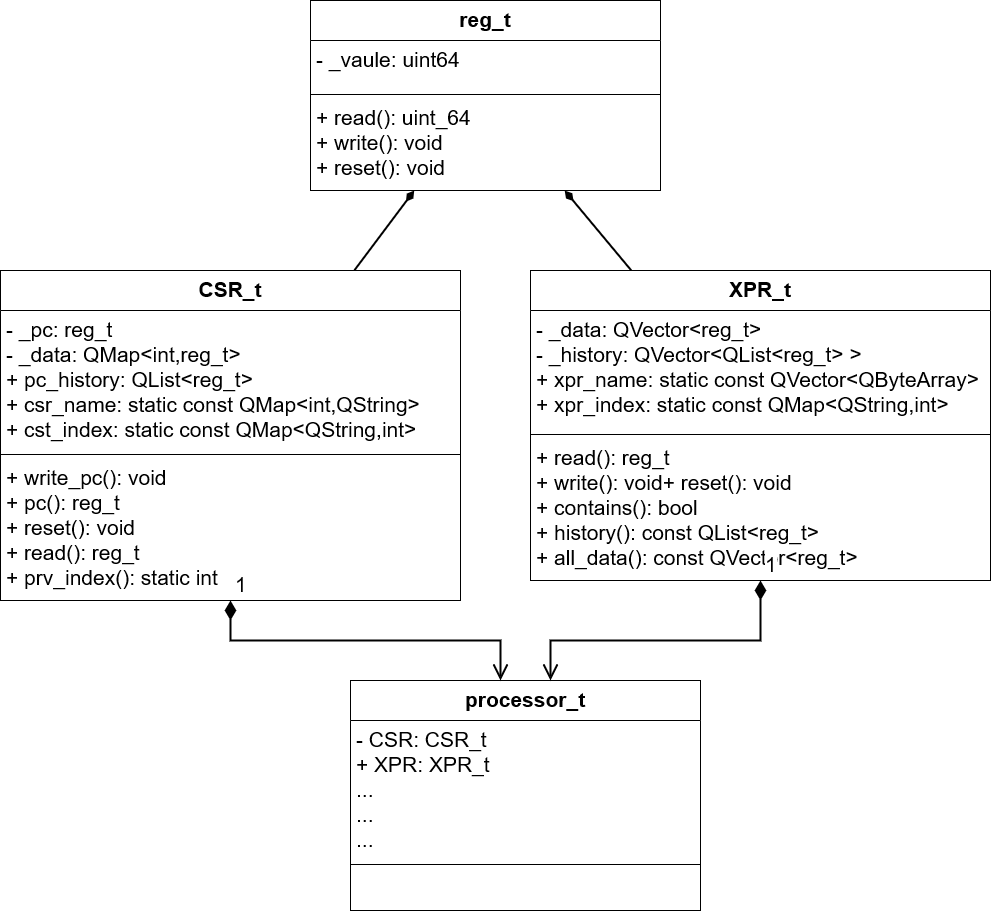
Earlier version of the draw.io export latex/paper/figures/csr_class.png (toughpig/paper). Source tidied: cells renumbered, new cells last; positions are measured from the earlier drawing's top-left corner, leaving out a move shared by most shapes. The source it was exported from:
```xml
<mxGraphModel>
  <root>
    <mxCell id="0" />
    <mxCell id="1" parent="0" />
    <mxCell id="2" value="CSR_t" style="swimlane;fontStyle=1;align=center;verticalAlign=top;horizontal=1;startSize=40;fontSize=21;" parent="1" vertex="1">
      <mxGeometry y="270" width="460" height="330" as="geometry" />
    </mxCell>
    <mxCell id="3" value="- _pc: reg_t&#10;- _data: QMap&lt;int,reg_t&gt;&#10;+ pc_history: QList&lt;reg_t&gt; &#10;+ csr_name: static const QMap&lt;int,QString&gt;&#10;+ cst_index: static const QMap&lt;QString,int&gt;" style="text;strokeColor=none;fillColor=none;align=left;verticalAlign=top;spacingLeft=4;spacingRight=4;overflow=hidden;fontSize=21;" parent="2" vertex="1">
      <mxGeometry y="40" width="460" height="140" as="geometry" />
    </mxCell>
    <mxCell id="4" style="line;strokeWidth=1;fillColor=none;align=left;verticalAlign=middle;spacingTop=-1;spacingLeft=3;spacingRight=3;labelPosition=right;fontSize=21;" parent="2" vertex="1">
      <mxGeometry y="180" width="460" height="8" as="geometry" />
    </mxCell>
    <mxCell id="5" value="+ write_pc(): void&#10;+ pc(): reg_t&#10;+ reset(): void&#10;+ read(): reg_t&#10;+ prv_index(): static int" style="text;strokeColor=none;fillColor=none;align=left;verticalAlign=top;spacingLeft=4;spacingRight=4;overflow=hidden;fontSize=21;" parent="2" vertex="1">
      <mxGeometry y="188" width="460" height="142" as="geometry" />
    </mxCell>
    <mxCell id="6" value="XPR_t" style="swimlane;fontStyle=1;align=center;verticalAlign=top;horizontal=1;startSize=40;fontSize=21;" parent="1" vertex="1">
      <mxGeometry x="530" y="270" width="460" height="310" as="geometry" />
    </mxCell>
    <mxCell id="7" value="- _data: QVector&lt;reg_t&gt;&#10;- _history: QVector&lt;QList&lt;reg_t&gt; &gt; &#10;+ xpr_name: static const QVector&lt;QByteArray&gt;&#10;+ xpr_index: static const QMap&lt;QString,int&gt;" style="text;strokeColor=none;fillColor=none;align=left;verticalAlign=top;spacingLeft=4;spacingRight=4;overflow=hidden;fontSize=21;" parent="6" vertex="1">
      <mxGeometry y="40" width="460" height="120" as="geometry" />
    </mxCell>
    <mxCell id="8" style="line;strokeWidth=1;fillColor=none;align=left;verticalAlign=middle;spacingTop=-1;spacingLeft=3;spacingRight=3;labelPosition=right;fontSize=21;" parent="6" vertex="1">
      <mxGeometry y="160" width="460" height="8" as="geometry" />
    </mxCell>
    <mxCell id="9" value="+ read(): reg_t&#10;+ write(): void+ reset(): void&#10;+ contains(): bool&#10;+ history(): const QList&lt;reg_t&gt;&#10;+ all_data(): const QVector&lt;reg_t&gt;&#10;" style="text;strokeColor=none;fillColor=none;align=left;verticalAlign=top;spacingLeft=4;spacingRight=4;overflow=hidden;fontSize=21;" parent="6" vertex="1">
      <mxGeometry y="168" width="460" height="142" as="geometry" />
    </mxCell>
    <mxCell id="10" value="reg_t" style="swimlane;fontStyle=1;align=center;verticalAlign=top;horizontal=1;startSize=40;fontSize=21;" parent="1" vertex="1">
      <mxGeometry x="310" width="350" height="190" as="geometry" />
    </mxCell>
    <mxCell id="11" value="- _vaule: uint64" style="text;strokeColor=none;fillColor=none;align=left;verticalAlign=top;spacingLeft=4;spacingRight=4;overflow=hidden;fontSize=21;" parent="10" vertex="1">
      <mxGeometry y="40" width="350" height="50" as="geometry" />
    </mxCell>
    <mxCell id="12" style="line;strokeWidth=1;fillColor=none;align=left;verticalAlign=middle;spacingTop=-1;spacingLeft=3;spacingRight=3;labelPosition=right;fontSize=21;" parent="10" vertex="1">
      <mxGeometry y="90" width="350" height="8" as="geometry" />
    </mxCell>
    <mxCell id="13" value="+ read(): uint_64&#10;+ write(): void&#10;+ reset(): void&#10;" style="text;strokeColor=none;fillColor=none;align=left;verticalAlign=top;spacingLeft=4;spacingRight=4;overflow=hidden;fontSize=21;" parent="10" vertex="1">
      <mxGeometry y="98" width="350" height="92" as="geometry" />
    </mxCell>
    <mxCell id="14" value="processor_t" style="swimlane;fontStyle=1;align=center;verticalAlign=top;horizontal=1;startSize=40;fontSize=21;" parent="1" vertex="1">
      <mxGeometry x="350" y="680" width="350" height="230" as="geometry" />
    </mxCell>
    <mxCell id="15" value="- CSR: CSR_t&#10;+ XPR: XPR_t&#10;...&#10;...&#10;...&#10;" style="text;strokeColor=none;fillColor=none;align=left;verticalAlign=top;spacingLeft=4;spacingRight=4;overflow=hidden;fontSize=21;" parent="14" vertex="1">
      <mxGeometry y="40" width="350" height="140" as="geometry" />
    </mxCell>
    <mxCell id="16" style="line;strokeWidth=1;fillColor=none;align=left;verticalAlign=middle;spacingTop=-1;spacingLeft=3;spacingRight=3;labelPosition=right;fontSize=21;" parent="14" vertex="1">
      <mxGeometry y="180" width="350" height="8" as="geometry" />
    </mxCell>
    <mxCell id="17" value="&#10;&#10;" style="text;strokeColor=none;fillColor=none;align=left;verticalAlign=top;spacingLeft=4;spacingRight=4;overflow=hidden;fontSize=21;" parent="14" vertex="1">
      <mxGeometry y="188" width="350" height="42" as="geometry" />
    </mxCell>
    <mxCell id="18" style="endArrow=none;startArrow=diamondThin;endFill=0;startFill=1;html=1;verticalAlign=bottom;labelBackgroundColor=none;strokeWidth=2;startSize=8;endSize=8;rounded=0;fontSize=21;" parent="1" edge="1" source="10" target="2">
      <mxGeometry relative="1" as="geometry" />
    </mxCell>
    <mxCell id="19" style="endArrow=none;startArrow=diamondThin;endFill=0;startFill=1;html=1;verticalAlign=bottom;labelBackgroundColor=none;strokeWidth=2;startSize=8;endSize=8;rounded=0;fontSize=21;" parent="1" edge="1" source="10" target="6">
      <mxGeometry relative="1" as="geometry" />
    </mxCell>
    <mxCell id="20" value="1" style="endArrow=open;html=1;endSize=12;startArrow=diamondThin;startSize=14;startFill=1;edgeStyle=orthogonalEdgeStyle;align=left;verticalAlign=bottom;rounded=0;fontSize=21;strokeWidth=2;" parent="1" edge="1" source="2" target="14">
      <mxGeometry x="-1" y="3" relative="1" as="geometry">
        <Array as="points">
          <mxPoint x="230" y="640" />
          <mxPoint x="500" y="640" />
        </Array>
      </mxGeometry>
    </mxCell>
    <mxCell id="21" value="1" style="endArrow=open;html=1;endSize=12;startArrow=diamondThin;startSize=14;startFill=1;edgeStyle=orthogonalEdgeStyle;align=left;verticalAlign=bottom;rounded=0;fontSize=21;strokeWidth=2;" parent="1" edge="1" source="6" target="14">
      <mxGeometry x="-1" y="3" relative="1" as="geometry">
        <Array as="points">
          <mxPoint x="760" y="640" />
          <mxPoint x="550" y="640" />
        </Array>
      </mxGeometry>
    </mxCell>
  </root>
</mxGraphModel>
```
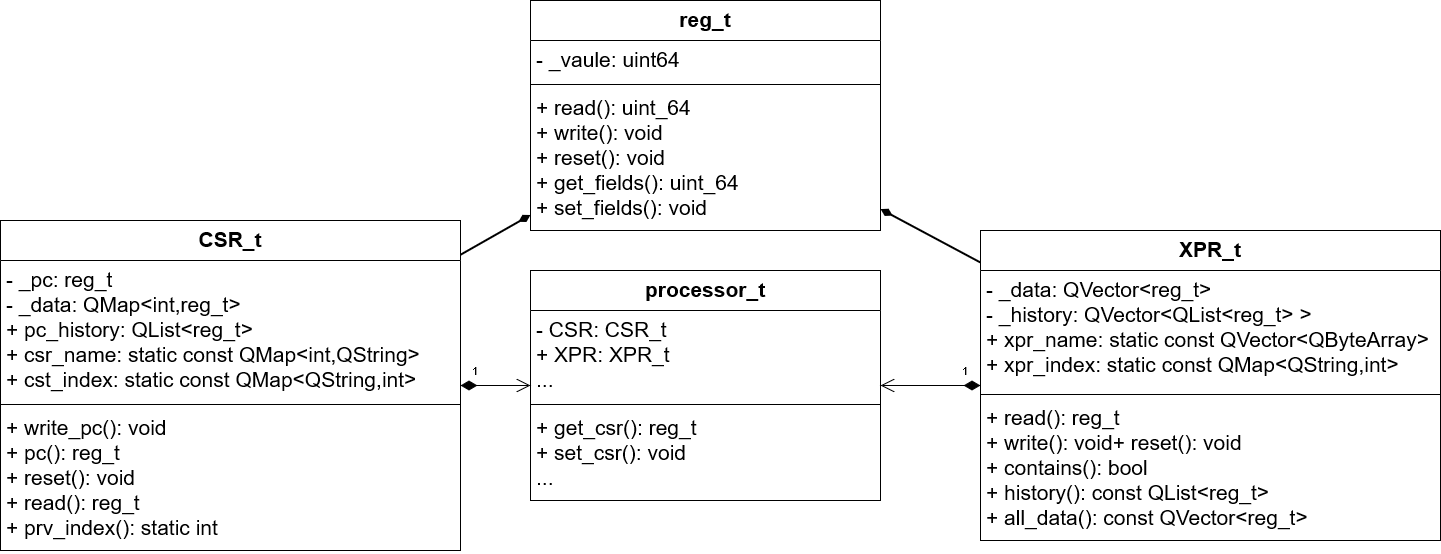
Above is the later version.

The edit, as a diff of the source:
```diff
@@ -3,7 +3,7 @@
     <mxCell id="0" />
     <mxCell id="1" parent="0" />
     <mxCell id="2" value="CSR_t" style="swimlane;fontStyle=1;align=center;verticalAlign=top;horizontal=1;startSize=40;fontSize=21;" parent="1" vertex="1">
-      <mxGeometry y="270" width="460" height="330" as="geometry" />
+      <mxGeometry x="-220" y="220" width="460" height="330" as="geometry" />
     </mxCell>
     <mxCell id="3" value="- _pc: reg_t&#10;- _data: QMap&lt;int,reg_t&gt;&#10;+ pc_history: QList&lt;reg_t&gt; &#10;+ csr_name: static const QMap&lt;int,QString&gt;&#10;+ cst_index: static const QMap&lt;QString,int&gt;" style="text;strokeColor=none;fillColor=none;align=left;verticalAlign=top;spacingLeft=4;spacingRight=4;overflow=hidden;fontSize=21;" parent="2" vertex="1">
       <mxGeometry y="40" width="460" height="140" as="geometry" />
@@ -15,7 +15,7 @@
       <mxGeometry y="188" width="460" height="142" as="geometry" />
     </mxCell>
     <mxCell id="6" value="XPR_t" style="swimlane;fontStyle=1;align=center;verticalAlign=top;horizontal=1;startSize=40;fontSize=21;" parent="1" vertex="1">
-      <mxGeometry x="530" y="270" width="460" height="310" as="geometry" />
+      <mxGeometry x="760" y="230" width="460" height="310" as="geometry" />
     </mxCell>
     <mxCell id="7" value="- _data: QVector&lt;reg_t&gt;&#10;- _history: QVector&lt;QList&lt;reg_t&gt; &gt; &#10;+ xpr_name: static const QVector&lt;QByteArray&gt;&#10;+ xpr_index: static const QMap&lt;QString,int&gt;" style="text;strokeColor=none;fillColor=none;align=left;verticalAlign=top;spacingLeft=4;spacingRight=4;overflow=hidden;fontSize=21;" parent="6" vertex="1">
       <mxGeometry y="40" width="460" height="120" as="geometry" />
@@ -27,28 +27,28 @@
       <mxGeometry y="168" width="460" height="142" as="geometry" />
     </mxCell>
     <mxCell id="10" value="reg_t" style="swimlane;fontStyle=1;align=center;verticalAlign=top;horizontal=1;startSize=40;fontSize=21;" parent="1" vertex="1">
-      <mxGeometry x="310" width="350" height="190" as="geometry" />
+      <mxGeometry x="310" width="350" height="230" as="geometry" />
     </mxCell>
     <mxCell id="11" value="- _vaule: uint64" style="text;strokeColor=none;fillColor=none;align=left;verticalAlign=top;spacingLeft=4;spacingRight=4;overflow=hidden;fontSize=21;" parent="10" vertex="1">
-      <mxGeometry y="40" width="350" height="50" as="geometry" />
+      <mxGeometry y="40" width="350" height="40" as="geometry" />
     </mxCell>
     <mxCell id="12" style="line;strokeWidth=1;fillColor=none;align=left;verticalAlign=middle;spacingTop=-1;spacingLeft=3;spacingRight=3;labelPosition=right;fontSize=21;" parent="10" vertex="1">
-      <mxGeometry y="90" width="350" height="8" as="geometry" />
+      <mxGeometry y="80" width="350" height="8" as="geometry" />
     </mxCell>
-    <mxCell id="13" value="+ read(): uint_64&#10;+ write(): void&#10;+ reset(): void&#10;" style="text;strokeColor=none;fillColor=none;align=left;verticalAlign=top;spacingLeft=4;spacingRight=4;overflow=hidden;fontSize=21;" parent="10" vertex="1">
-      <mxGeometry y="98" width="350" height="92" as="geometry" />
+    <mxCell id="13" value="+ read(): uint_64&#10;+ write(): void&#10;+ reset(): void&#10;+ get_fields(): uint_64&#10;+ set_fields(): void&#10;" style="text;strokeColor=none;fillColor=none;align=left;verticalAlign=top;spacingLeft=4;spacingRight=4;overflow=hidden;fontSize=21;" parent="10" vertex="1">
+      <mxGeometry y="88" width="350" height="142" as="geometry" />
     </mxCell>
     <mxCell id="14" value="processor_t" style="swimlane;fontStyle=1;align=center;verticalAlign=top;horizontal=1;startSize=40;fontSize=21;" parent="1" vertex="1">
-      <mxGeometry x="350" y="680" width="350" height="230" as="geometry" />
+      <mxGeometry x="310" y="270" width="350" height="230" as="geometry" />
     </mxCell>
-    <mxCell id="15" value="- CSR: CSR_t&#10;+ XPR: XPR_t&#10;...&#10;...&#10;...&#10;" style="text;strokeColor=none;fillColor=none;align=left;verticalAlign=top;spacingLeft=4;spacingRight=4;overflow=hidden;fontSize=21;" parent="14" vertex="1">
-      <mxGeometry y="40" width="350" height="140" as="geometry" />
+    <mxCell id="15" value="- CSR: CSR_t&#10;+ XPR: XPR_t&#10;...&#10;" style="text;strokeColor=none;fillColor=none;align=left;verticalAlign=top;spacingLeft=4;spacingRight=4;overflow=hidden;fontSize=21;" parent="14" vertex="1">
+      <mxGeometry y="40" width="350" height="90" as="geometry" />
     </mxCell>
     <mxCell id="16" style="line;strokeWidth=1;fillColor=none;align=left;verticalAlign=middle;spacingTop=-1;spacingLeft=3;spacingRight=3;labelPosition=right;fontSize=21;" parent="14" vertex="1">
-      <mxGeometry y="180" width="350" height="8" as="geometry" />
+      <mxGeometry y="130" width="350" height="8" as="geometry" />
     </mxCell>
-    <mxCell id="17" value="&#10;&#10;" style="text;strokeColor=none;fillColor=none;align=left;verticalAlign=top;spacingLeft=4;spacingRight=4;overflow=hidden;fontSize=21;" parent="14" vertex="1">
-      <mxGeometry y="188" width="350" height="42" as="geometry" />
+    <mxCell id="17" value="+ get_csr(): reg_t&#10;+ set_csr(): void&#10;...&#10;" style="text;strokeColor=none;fillColor=none;align=left;verticalAlign=top;spacingLeft=4;spacingRight=4;overflow=hidden;fontSize=21;" parent="14" vertex="1">
+      <mxGeometry y="138" width="350" height="92" as="geometry" />
     </mxCell>
     <mxCell id="18" style="endArrow=none;startArrow=diamondThin;endFill=0;startFill=1;html=1;verticalAlign=bottom;labelBackgroundColor=none;strokeWidth=2;startSize=8;endSize=8;rounded=0;fontSize=21;" parent="1" edge="1" source="10" target="2">
       <mxGeometry relative="1" as="geometry" />
@@ -56,21 +56,11 @@
     <mxCell id="19" style="endArrow=none;startArrow=diamondThin;endFill=0;startFill=1;html=1;verticalAlign=bottom;labelBackgroundColor=none;strokeWidth=2;startSize=8;endSize=8;rounded=0;fontSize=21;" parent="1" edge="1" source="10" target="6">
       <mxGeometry relative="1" as="geometry" />
     </mxCell>
-    <mxCell id="20" value="1" style="endArrow=open;html=1;endSize=12;startArrow=diamondThin;startSize=14;startFill=1;edgeStyle=orthogonalEdgeStyle;align=left;verticalAlign=bottom;rounded=0;fontSize=21;strokeWidth=2;" parent="1" edge="1" source="2" target="14">
-      <mxGeometry x="-1" y="3" relative="1" as="geometry">
-        <Array as="points">
-          <mxPoint x="230" y="640" />
-          <mxPoint x="500" y="640" />
-        </Array>
-      </mxGeometry>
+    <mxCell id="20" value="1" style="endArrow=open;html=1;endSize=12;startArrow=diamondThin;startSize=14;startFill=1;edgeStyle=orthogonalEdgeStyle;align=left;verticalAlign=bottom;rounded=0;" parent="1" edge="1" source="2" target="14">
+      <mxGeometry x="-0.71" y="5" relative="1" as="geometry" />
     </mxCell>
-    <mxCell id="21" value="1" style="endArrow=open;html=1;endSize=12;startArrow=diamondThin;startSize=14;startFill=1;edgeStyle=orthogonalEdgeStyle;align=left;verticalAlign=bottom;rounded=0;fontSize=21;strokeWidth=2;" parent="1" edge="1" source="6" target="14">
-      <mxGeometry x="-1" y="3" relative="1" as="geometry">
-        <Array as="points">
-          <mxPoint x="760" y="640" />
-          <mxPoint x="550" y="640" />
-        </Array>
-      </mxGeometry>
+    <mxCell id="21" value="1" style="endArrow=open;html=1;endSize=12;startArrow=diamondThin;startSize=14;startFill=1;edgeStyle=orthogonalEdgeStyle;align=left;verticalAlign=bottom;rounded=0;" parent="1" edge="1" source="6" target="14">
+      <mxGeometry x="-0.6" y="-5" relative="1" as="geometry" />
     </mxCell>
   </root>
 </mxGraphModel>
```
